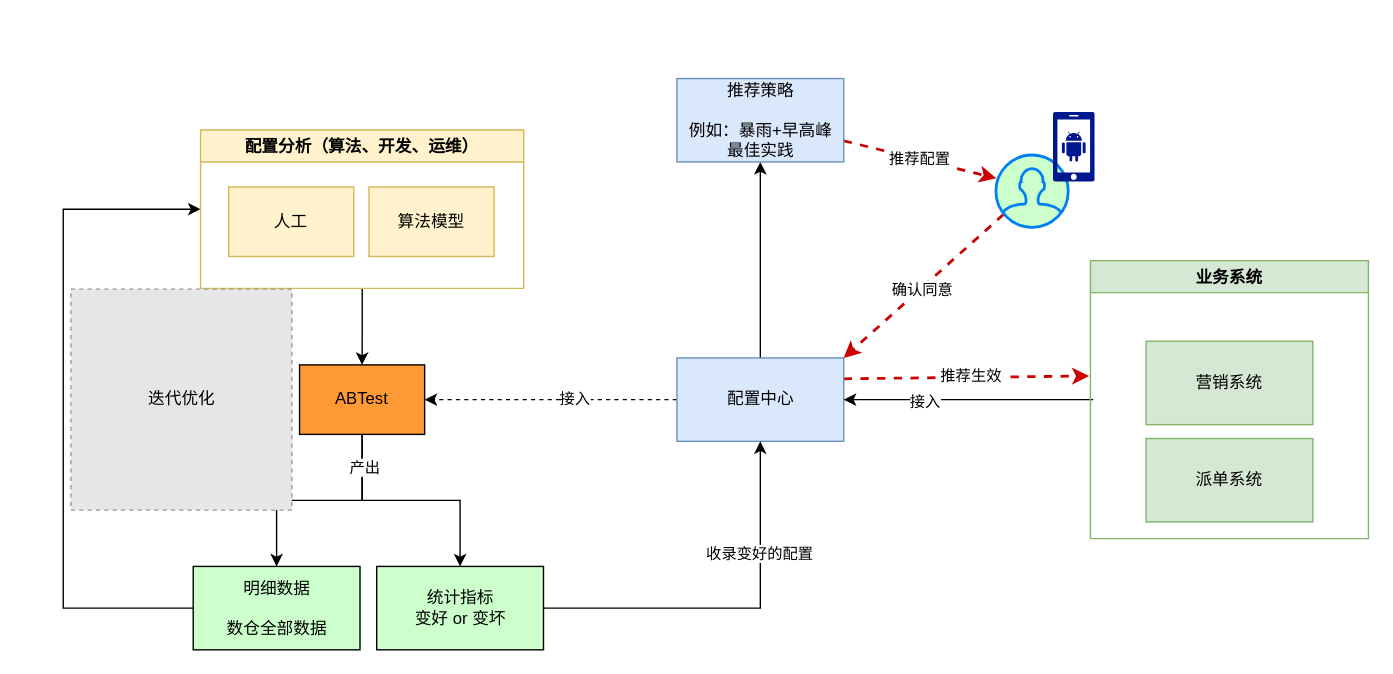
This is page "配置中心ABTest" (2 of 2) of hello.drawio from chenjinying1988/diagrams, a draw.io file, before an edit. Source tidied: cells renumbered, new cells numbered last; positions are measured from the earlier drawing's top-left corner, leaving out a move shared by most shapes. Both pictures are drawn from the tidied source at 139%, with x=0, y=0 at pixel (63, 78). Pictures stored in the file or linked from it are replaced by grey dashed boxes.
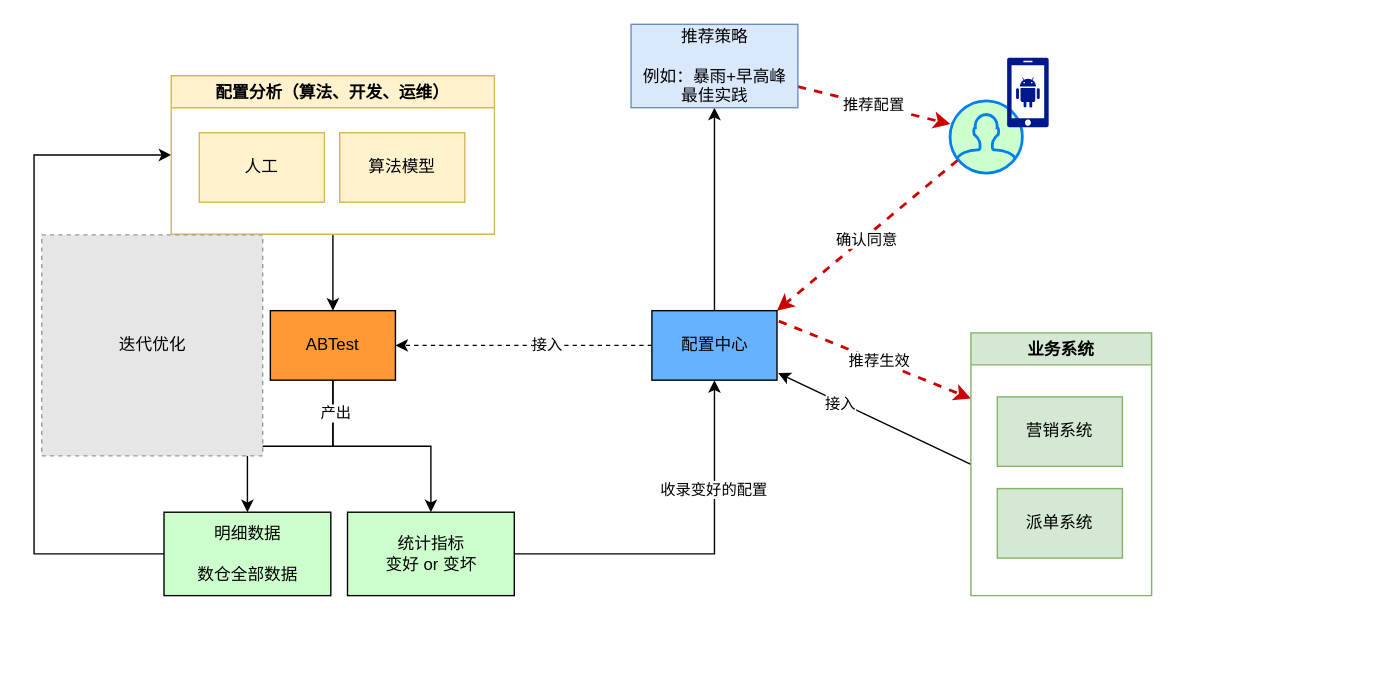
The same diagram, later.

Diff of the diagram source:
```diff
@@
-    <mxCell id="5" style="edgeStyle=orthogonalEdgeStyle;rounded=0;jettySize=auto;html=1;entryX=1;entryY=0.5;entryDx=0;entryDy=0;dashed=1;" parent="1" edge="1" source="10" target="33">
+    <mxCell id="5" style="edgeStyle=orthogonalEdgeStyle;rounded=0;jettySize=auto;html=1;entryX=1;entryY=0.5;entryDx=0;entryDy=0;dashed=1;exitX=0;exitY=0.5;exitDx=0;exitDy=0;" parent="1" edge="1" source="10" target="33">
       <mxGeometry relative="1" as="geometry" />
     </mxCell>
@@
-    <mxCell id="8" style="edgeStyle=none;rounded=0;jettySize=auto;html=1;exitX=1;exitY=0.25;exitDx=0;exitDy=0;dashed=1;endArrow=classic;endFill=1;strokeColor=#CC0000;strokeWidth=2;" parent="1" edge="1" source="10">
-      <mxGeometry relative="1" as="geometry">
-        <mxPoint x="738" y="214" as="targetPoint" />
-      </mxGeometry>
+    <mxCell id="8" style="edgeStyle=none;rounded=0;jettySize=auto;html=1;exitX=1.015;exitY=0.151;exitDx=0;exitDy=0;dashed=1;endArrow=classic;endFill=1;strokeColor=#CC0000;strokeWidth=2;exitPerimeter=0;entryX=0;entryY=0.25;entryDx=0;entryDy=0;" parent="1" edge="1" source="10" target="26">
+      <mxGeometry relative="1" as="geometry" />
     </mxCell>
@@
-    <mxCell id="10" value="配置中心" style="rounded=0;whiteSpace=wrap;html=1;fillColor=#dae8fc;strokeColor=#6c8ebf;" parent="1" vertex="1">
-      <mxGeometry x="441.5" y="201" width="120" height="60" as="geometry" />
-    </mxCell>
@@
     <mxCell id="13" value="统计指标&lt;br&gt;变好 or 变坏" style="rounded=0;whiteSpace=wrap;html=1;fillColor=#CCFFCC;" parent="1" vertex="1">
-      <mxGeometry x="225.5" y="351" width="120" height="60" as="geometry" />
+      <mxGeometry x="204.5" y="312" width="120" height="60" as="geometry" />
     </mxCell>
     <mxCell id="14" style="edgeStyle=orthogonalEdgeStyle;rounded=0;jettySize=auto;html=1;entryX=0;entryY=0.5;entryDx=0;entryDy=0;endArrow=classic;endFill=1;strokeColor=#000000;strokeWidth=1;" parent="1" edge="1" source="15" target="17">
       <mxGeometry relative="1" as="geometry">
         <Array as="points">
-          <mxPoint y="381" />
-          <mxPoint y="94" />
+          <mxPoint x="-21" y="342" />
+          <mxPoint x="-21" y="55" />
         </Array>
       </mxGeometry>
     </mxCell>
     <mxCell id="15" value="明细数据&lt;br&gt;&lt;br&gt;数仓全部数据" style="rounded=0;whiteSpace=wrap;html=1;fillColor=#CCFFCC;" parent="1" vertex="1">
-      <mxGeometry x="93.5" y="351" width="120" height="60" as="geometry" />
+      <mxGeometry x="72.5" y="312" width="120" height="60" as="geometry" />
     </mxCell>
@@
     <mxCell id="17" value="配置分析（算法、开发、运维）" style="swimlane;fillColor=#fff2cc;strokeColor=#d6b656;" parent="1" vertex="1">
-      <mxGeometry x="98.8" y="37" width="232.5" height="114" as="geometry" />
+      <mxGeometry x="77.7" y="-2" width="232.5" height="114" as="geometry" />
     </mxCell>
@@
     <mxCell id="21" value="推荐策略&lt;br&gt;&lt;br&gt;例如：暴雨+早高峰&lt;br&gt;最佳实践" style="rounded=0;whiteSpace=wrap;html=1;fillColor=#dae8fc;strokeColor=#6c8ebf;" parent="1" vertex="1">
-      <mxGeometry x="441.5" width="120" height="60" as="geometry" />
+      <mxGeometry x="408.5" y="-39" width="120" height="60" as="geometry" />
     </mxCell>
     <mxCell id="22" style="fillColor=#E6E6E6;strokeColor=#999999;dashed=1;html=1;verticalAlign=top;verticalLabelPosition=bottom;labelBackgroundColor=#ffffff;" parent="1" vertex="1">
-      <mxGeometry x="5.5" y="151.5" width="159" height="159" as="geometry" />
+      <mxGeometry x="-15.5" y="112.5" width="159" height="159" as="geometry" />
     </mxCell>
     <mxCell id="23" value="迭代优化" style="text;html=1;align=center;verticalAlign=middle;strokeColor=none;fillColor=none;" parent="1" vertex="1">
-      <mxGeometry x="56" y="222" width="58" height="18" as="geometry" />
+      <mxGeometry x="35" y="183" width="58" height="18" as="geometry" />
     </mxCell>
-    <mxCell id="24" style="edgeStyle=none;rounded=0;jettySize=auto;html=1;entryX=1;entryY=0.5;entryDx=0;entryDy=0;" parent="1" edge="1" target="10">
-      <mxGeometry relative="1" as="geometry">
-        <mxPoint x="741" y="231" as="sourcePoint" />
-      </mxGeometry>
+    <mxCell id="24" style="edgeStyle=none;rounded=0;jettySize=auto;html=1;entryX=1.009;entryY=0.898;entryDx=0;entryDy=0;exitX=0;exitY=0.5;exitDx=0;exitDy=0;entryPerimeter=0;" parent="1" edge="1" source="26" target="10">
+      <mxGeometry relative="1" as="geometry" />
     </mxCell>
@@
     <mxCell id="26" value="业务系统" style="swimlane;shadow=0;strokeColor=#82b366;fillColor=#d5e8d4;startSize=23;" parent="1" vertex="1">
-      <mxGeometry x="739" y="131" width="200" height="200" as="geometry" />
+      <mxGeometry x="653" y="183" width="130" height="189" as="geometry" />
     </mxCell>
     <mxCell id="27" value="营销系统" style="rounded=0;whiteSpace=wrap;html=1;fillColor=#d5e8d4;strokeColor=#82b366;" parent="26" vertex="1">
-      <mxGeometry x="40" y="58" width="120" height="60" as="geometry" />
+      <mxGeometry x="19" y="46" width="90" height="50" as="geometry" />
     </mxCell>
     <mxCell id="28" value="派单系统" style="rounded=0;whiteSpace=wrap;html=1;fillColor=#d5e8d4;strokeColor=#82b366;" parent="26" vertex="1">
-      <mxGeometry x="40" y="128" width="120" height="60" as="geometry" />
+      <mxGeometry x="19" y="112" width="90" height="50" as="geometry" />
     </mxCell>
@@
     <mxCell id="31" style="html=1;verticalLabelPosition=bottom;align=center;labelBackgroundColor=#ffffff;verticalAlign=top;strokeWidth=2;strokeColor=#0080F0;shadow=0;dashed=0;shape=mxgraph.ios7.icons.user;fillColor=#CCFFCC;" parent="1" vertex="1">
-      <mxGeometry x="671" y="55" width="52" height="52" as="geometry" />
+      <mxGeometry x="638" y="16" width="52" height="52" as="geometry" />
     </mxCell>
@@
     <mxCell id="33" value="ABTest" style="rounded=0;whiteSpace=wrap;html=1;fillColor=#FF9933;strokeColor=#000000;" parent="1" vertex="1">
-      <mxGeometry x="170" y="206" width="90" height="50" as="geometry" />
+      <mxGeometry x="149" y="167" width="90" height="50" as="geometry" />
     </mxCell>
     <mxCell id="34" style="sketch=0;shadow=0;dashed=0;html=1;strokeColor=none;labelPosition=center;verticalLabelPosition=bottom;verticalAlign=top;align=center;fillColor=#00188D;shape=mxgraph.mscae.enterprise.android_phone;" parent="1" vertex="1">
-      <mxGeometry x="712" y="24" width="30" height="50" as="geometry" />
+      <mxGeometry x="679" y="-15" width="30" height="50" as="geometry" />
     </mxCell>
+    <mxCell id="10" value="配置中心" style="rounded=0;whiteSpace=wrap;html=1;fillColor=#66B2FF;strokeColor=#000000;" parent="1" vertex="1">
+      <mxGeometry x="423.5" y="167" width="90" height="50" as="geometry" />
+    </mxCell>
```
